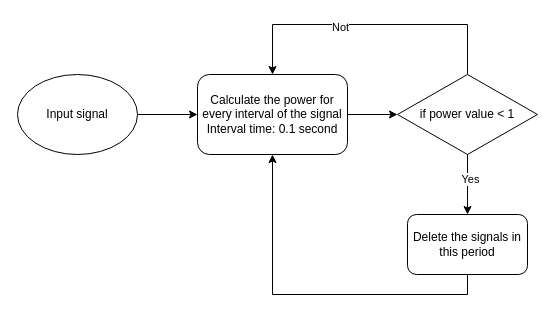
Before: trigger/trigger.drawio in CP-Nelson/IE.2301-Electronique_Signal_Project, a draw.io diagram. Source tidied: cells renumbered, new cells numbered last; positions are measured from the earlier drawing's top-left corner, leaving out a move shared by most shapes. Both pictures are drawn from the tidied source at 100%, with x=0, y=0 at pixel (17, 24).
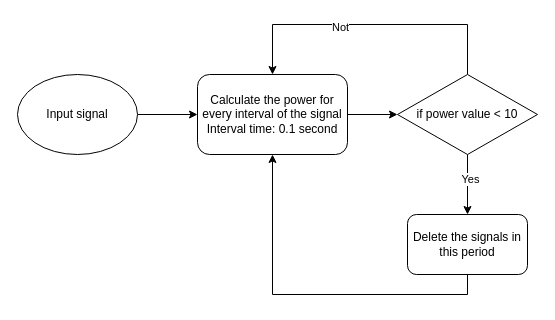
After the change.

What changed in the source:
```diff
@@
 <mxGraphModel>
   <root>
     <mxCell id="0" />
     <mxCell id="1" parent="0" />
     <mxCell id="2" style="endArrow=classic;html=1;rounded=0;entryX=0;entryY=0.5;entryDx=0;entryDy=0;exitX=1;exitY=0.5;exitDx=0;exitDy=0;" parent="1" edge="1" source="3" target="5">
       <mxGeometry relative="1" as="geometry" />
     </mxCell>
     <mxCell id="3" value="Input signal" style="ellipse;whiteSpace=wrap;html=1;" parent="1" vertex="1">
       <mxGeometry y="50" width="120" height="80" as="geometry" />
     </mxCell>
     <mxCell id="4" style="edgeStyle=orthogonalEdgeStyle;rounded=0;jettySize=auto;html=1;exitX=1;exitY=0.5;exitDx=0;exitDy=0;entryX=0;entryY=0.5;entryDx=0;entryDy=0;" parent="1" edge="1" source="5" target="10">
       <mxGeometry relative="1" as="geometry" />
     </mxCell>
     <mxCell id="5" value="Calculate the power for every interval of the signal&lt;br&gt;Interval time: 0.1 second" style="rounded=1;whiteSpace=wrap;html=1;" parent="1" vertex="1">
       <mxGeometry x="180" y="50" width="150" height="80" as="geometry" />
     </mxCell>
     <mxCell id="6" style="edgeStyle=orthogonalEdgeStyle;rounded=0;jettySize=auto;html=1;exitX=0.5;exitY=1;exitDx=0;exitDy=0;entryX=0.5;entryY=0;entryDx=0;entryDy=0;" parent="1" edge="1" source="10" target="12">
       <mxGeometry relative="1" as="geometry" />
     </mxCell>
     <mxCell id="7" value="Yes" style="edgeLabel;html=1;align=center;verticalAlign=middle;" parent="6" vertex="1">
       <mxGeometry x="-0.2" y="2" relative="1" as="geometry" />
     </mxCell>
     <mxCell id="8" style="edgeStyle=orthogonalEdgeStyle;rounded=0;jettySize=auto;html=1;exitX=0.5;exitY=0;exitDx=0;exitDy=0;entryX=0.5;entryY=0;entryDx=0;entryDy=0;" parent="1" edge="1" source="10" target="5">
       <mxGeometry relative="1" as="geometry">
         <Array as="points">
           <mxPoint x="450" />
           <mxPoint x="255" />
         </Array>
       </mxGeometry>
     </mxCell>
     <mxCell id="9" value="Not" style="edgeLabel;html=1;align=center;verticalAlign=middle;" parent="8" vertex="1">
       <mxGeometry x="0.21" y="2" relative="1" as="geometry" />
     </mxCell>
-    <mxCell id="10" value="if power value &amp;lt; 1" style="rhombus;whiteSpace=wrap;html=1;" parent="1" vertex="1">
+    <mxCell id="10" value="if power value &amp;lt; 10" style="rhombus;whiteSpace=wrap;html=1;" parent="1" vertex="1">
       <mxGeometry x="380" y="50" width="140" height="80" as="geometry" />
     </mxCell>
     <mxCell id="11" style="edgeStyle=orthogonalEdgeStyle;rounded=0;jettySize=auto;html=1;exitX=0.5;exitY=1;exitDx=0;exitDy=0;entryX=0.5;entryY=1;entryDx=0;entryDy=0;" parent="1" edge="1" source="12" target="5">
       <mxGeometry relative="1" as="geometry" />
     </mxCell>
     <mxCell id="12" value="Delete the signals in this period" style="rounded=1;whiteSpace=wrap;html=1;" parent="1" vertex="1">
       <mxGeometry x="390" y="190" width="120" height="60" as="geometry" />
     </mxCell>
   </root>
 </mxGraphModel>
```
